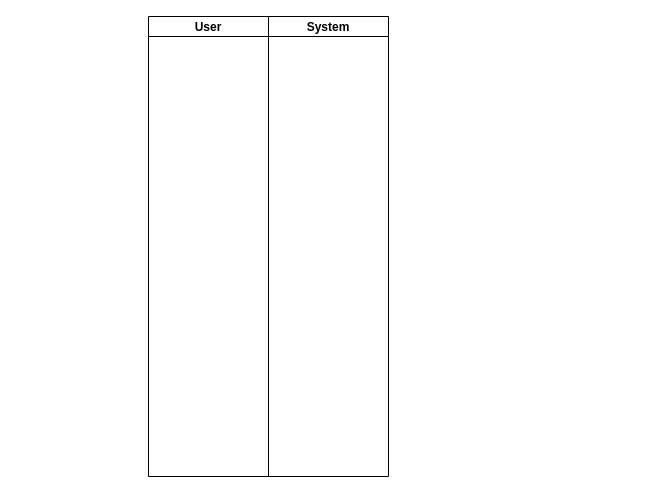
This is page "make bookings" (4 of 5) of 3015connect/src/Untitled Diagram.drawio from amyWenhui/3015project, a draw.io file, before an edit. Source tidied: cells renumbered, new cells numbered last; positions are measured from the earlier drawing's top-left corner, leaving out a move shared by most shapes. Both pictures are drawn from the tidied source at 100%, with x=0, y=0 at pixel (148, 16).
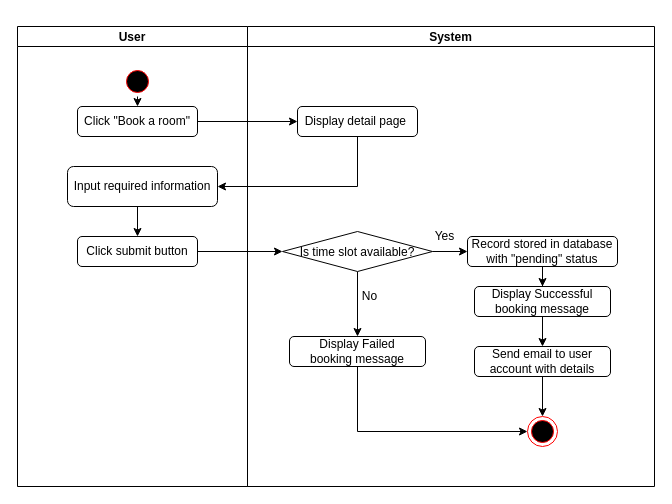
The same page after the edit.

Diff of the diagram source:
```diff
@@
     <mxCell id="2" value="User" style="swimlane;startSize=20;" parent="1" vertex="1">
-      <mxGeometry width="120" height="460" as="geometry" />
+      <mxGeometry x="-131" y="10" width="230" height="460" as="geometry" />
     </mxCell>
+    <mxCell id="4" style="edgeStyle=orthogonalEdgeStyle;rounded=0;jettySize=auto;html=1;exitX=0.5;exitY=1;exitDx=0;exitDy=0;entryX=0.5;entryY=0;entryDx=0;entryDy=0;" parent="2" edge="1" source="5" target="6">
+      <mxGeometry relative="1" as="geometry" />
+    </mxCell>
+    <mxCell id="5" style="ellipse;html=1;shape=startState;fillColor=#000000;strokeColor=#ff0000;" parent="2" vertex="1">
+      <mxGeometry x="105" y="40" width="30" height="30" as="geometry" />
+    </mxCell>
+    <mxCell id="6" value="Click &quot;Book a room&quot;" style="rounded=1;whiteSpace=wrap;html=1;" parent="2" vertex="1">
+      <mxGeometry x="60" y="80" width="120" height="30" as="geometry" />
+    </mxCell>
+    <mxCell id="7" style="edgeStyle=orthogonalEdgeStyle;rounded=0;jettySize=auto;html=1;exitX=0.5;exitY=1;exitDx=0;exitDy=0;entryX=0.5;entryY=0;entryDx=0;entryDy=0;" parent="2" edge="1" source="8" target="9">
+      <mxGeometry relative="1" as="geometry" />
+    </mxCell>
+    <mxCell id="8" value="Input required information" style="rounded=1;whiteSpace=wrap;html=1;" parent="2" vertex="1">
+      <mxGeometry x="50" y="140" width="150" height="40" as="geometry" />
+    </mxCell>
+    <mxCell id="9" value="Click submit button" style="rounded=1;whiteSpace=wrap;html=1;" parent="2" vertex="1">
+      <mxGeometry x="60" y="210" width="120" height="30" as="geometry" />
+    </mxCell>
     <mxCell id="3" value="System" style="swimlane;startSize=20;" parent="1" vertex="1">
-      <mxGeometry x="120" width="120" height="460" as="geometry" />
+      <mxGeometry x="99" y="10" width="407" height="460" as="geometry" />
     </mxCell>
+    <mxCell id="10" value="Display detail page&amp;nbsp;" style="rounded=1;whiteSpace=wrap;html=1;" parent="3" vertex="1">
+      <mxGeometry x="50" y="80" width="120" height="30" as="geometry" />
+    </mxCell>
+    <mxCell id="11" style="edgeStyle=orthogonalEdgeStyle;rounded=0;jettySize=auto;html=1;exitX=0.5;exitY=1;exitDx=0;exitDy=0;" parent="3" edge="1" source="13" target="20">
+      <mxGeometry relative="1" as="geometry" />
+    </mxCell>
+    <mxCell id="12" style="edgeStyle=orthogonalEdgeStyle;rounded=0;jettySize=auto;html=1;exitX=1;exitY=0.5;exitDx=0;exitDy=0;" parent="3" edge="1" source="13" target="15">
+      <mxGeometry relative="1" as="geometry" />
+    </mxCell>
+    <mxCell id="13" value="Is time slot available?" style="rhombus;" parent="3" vertex="1">
+      <mxGeometry x="35" y="205" width="150" height="40" as="geometry" />
+    </mxCell>
+    <mxCell id="14" style="edgeStyle=orthogonalEdgeStyle;rounded=0;jettySize=auto;html=1;exitX=0.5;exitY=1;exitDx=0;exitDy=0;" parent="3" edge="1" source="15" target="18">
+      <mxGeometry relative="1" as="geometry" />
+    </mxCell>
+    <mxCell id="15" value="Record stored in database with &quot;pending&quot; status" style="rounded=1;whiteSpace=wrap;html=1;" parent="3" vertex="1">
+      <mxGeometry x="220" y="210" width="150" height="30" as="geometry" />
+    </mxCell>
+    <mxCell id="16" style="ellipse;html=1;shape=endState;fillColor=#000000;strokeColor=#ff0000;" parent="3" vertex="1">
+      <mxGeometry x="280" y="390" width="30" height="30" as="geometry" />
+    </mxCell>
+    <mxCell id="17" style="edgeStyle=orthogonalEdgeStyle;rounded=0;jettySize=auto;html=1;exitX=0.5;exitY=1;exitDx=0;exitDy=0;entryX=0.5;entryY=0;entryDx=0;entryDy=0;" parent="3" edge="1" source="18" target="22">
+      <mxGeometry relative="1" as="geometry" />
+    </mxCell>
+    <mxCell id="18" value="Display Successful &lt;br&gt;booking message" style="rounded=1;whiteSpace=wrap;html=1;" parent="3" vertex="1">
+      <mxGeometry x="227" y="260" width="136" height="30" as="geometry" />
+    </mxCell>
+    <mxCell id="19" style="edgeStyle=orthogonalEdgeStyle;rounded=0;jettySize=auto;html=1;exitX=0.5;exitY=1;exitDx=0;exitDy=0;entryX=0;entryY=0.5;entryDx=0;entryDy=0;" parent="3" edge="1" source="20" target="16">
+      <mxGeometry relative="1" as="geometry" />
+    </mxCell>
+    <mxCell id="20" value="Display Failed&lt;br&gt;booking message" style="rounded=1;whiteSpace=wrap;html=1;" parent="3" vertex="1">
+      <mxGeometry x="42" y="310" width="136" height="30" as="geometry" />
+    </mxCell>
+    <mxCell id="21" style="edgeStyle=orthogonalEdgeStyle;rounded=0;jettySize=auto;html=1;exitX=0.5;exitY=1;exitDx=0;exitDy=0;entryX=0.5;entryY=0;entryDx=0;entryDy=0;" parent="3" edge="1" source="22" target="16">
+      <mxGeometry relative="1" as="geometry" />
+    </mxCell>
+    <mxCell id="22" value="Send email to user account with details" style="rounded=1;whiteSpace=wrap;html=1;" parent="3" vertex="1">
+      <mxGeometry x="227" y="320" width="136" height="30" as="geometry" />
+    </mxCell>
+    <mxCell id="23" value="No" style="text;html=1;align=center;verticalAlign=middle;strokeColor=none;fillColor=none;" parent="3" vertex="1">
+      <mxGeometry x="107" y="260" width="30" height="20" as="geometry" />
+    </mxCell>
+    <mxCell id="24" style="edgeStyle=orthogonalEdgeStyle;rounded=0;jettySize=auto;html=1;exitX=1;exitY=0.5;exitDx=0;exitDy=0;" parent="1" edge="1" source="6" target="10">
+      <mxGeometry relative="1" as="geometry" />
+    </mxCell>
+    <mxCell id="25" style="edgeStyle=orthogonalEdgeStyle;rounded=0;jettySize=auto;html=1;exitX=0.5;exitY=1;exitDx=0;exitDy=0;entryX=1;entryY=0.5;entryDx=0;entryDy=0;" parent="1" edge="1" source="10" target="8">
+      <mxGeometry relative="1" as="geometry" />
+    </mxCell>
+    <mxCell id="26" style="edgeStyle=orthogonalEdgeStyle;rounded=0;jettySize=auto;html=1;exitX=1;exitY=0.5;exitDx=0;exitDy=0;entryX=0;entryY=0.5;entryDx=0;entryDy=0;" parent="1" edge="1" source="9" target="13">
+      <mxGeometry relative="1" as="geometry" />
+    </mxCell>
+    <mxCell id="27" value="Yes" style="text;html=1;align=center;verticalAlign=middle;strokeColor=none;fillColor=none;" parent="1" vertex="1">
+      <mxGeometry x="276" y="210" width="40" height="20" as="geometry" />
+    </mxCell>
```
